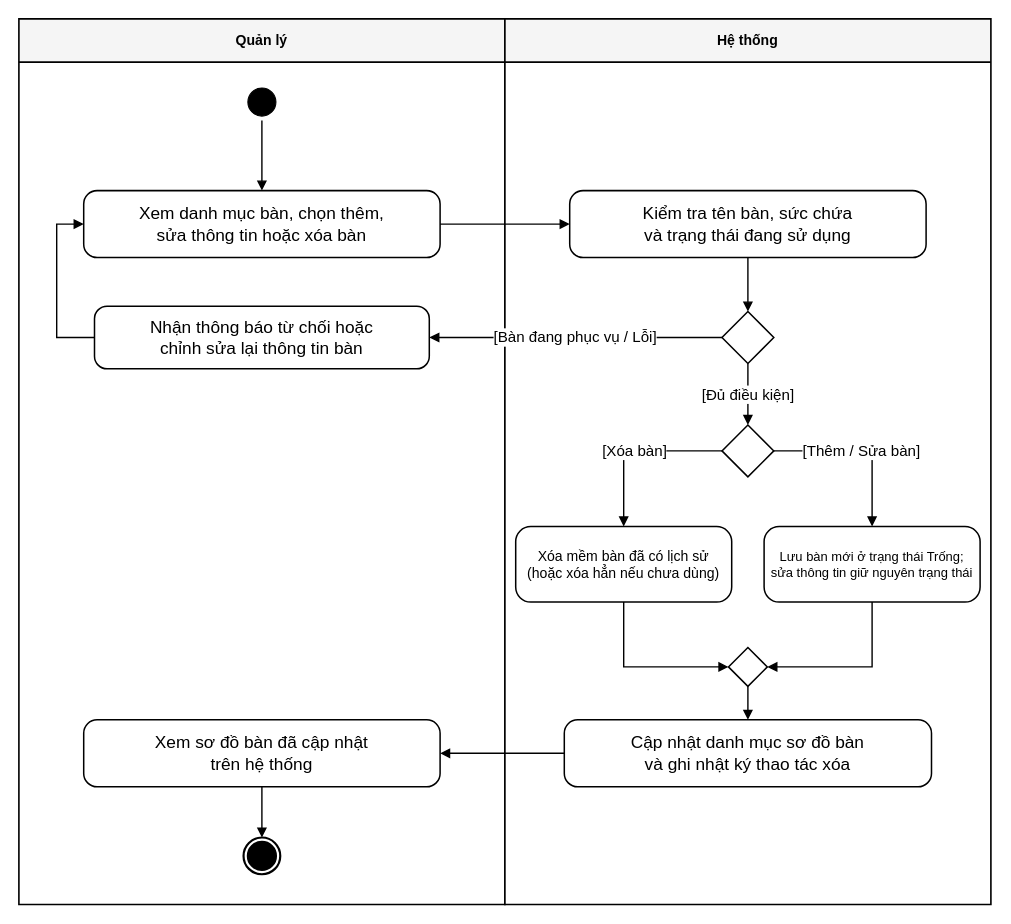
Earlier version of the draw.io diagram page "QT-04 — Quản lý danh mục bàn" (4 of 21) of docs/So_do/Quy_trinh_nghiep_vu_HeThongQuanLyNhaHang.drawio (nminhzzz/restaurant-management-ai). Source tidied: cells renumbered, new cells numbered last; positions are measured from the earlier drawing's top-left corner, leaving out a move shared by most shapes. Both pictures are drawn from the tidied source at 108%, with x=0, y=0 at pixel (18, 18).
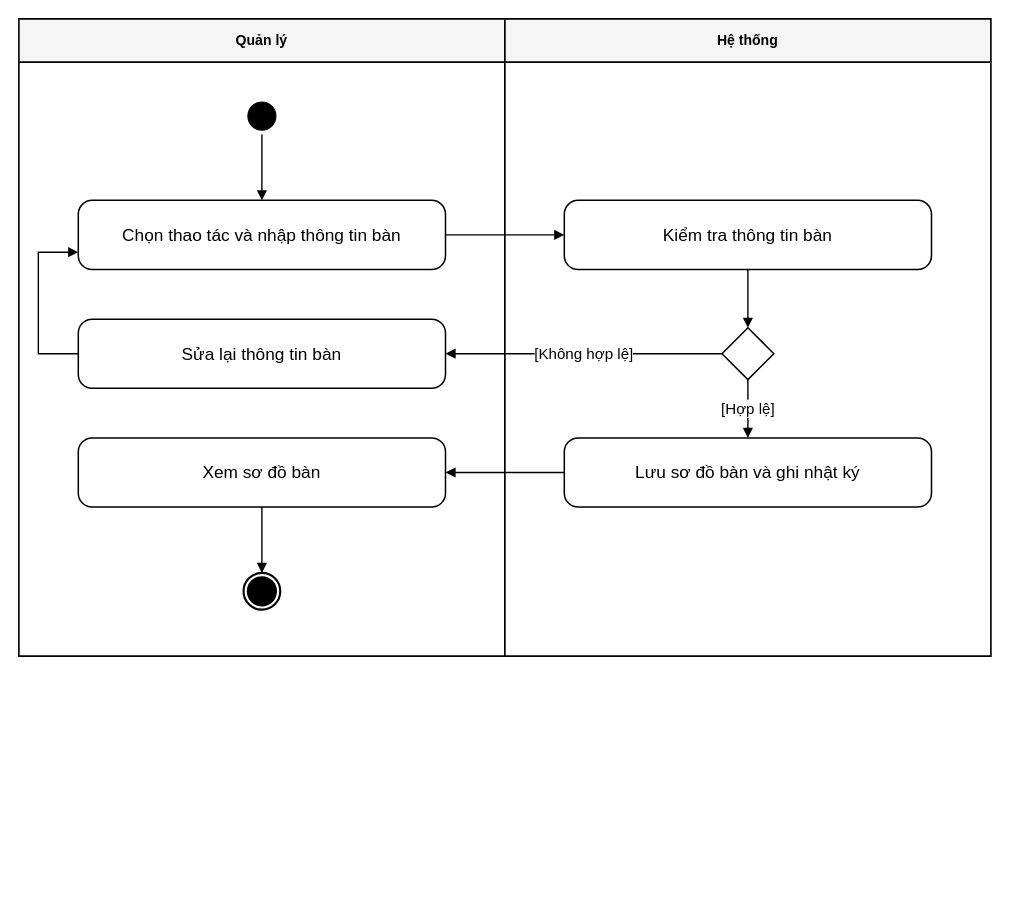
The same diagram, later.

The edit, as a diff of the source:
```diff
@@
     <mxCell id="2" value="Quản lý" style="swimlane;whiteSpace=wrap;html=1;startSize=40;fillColor=#f5f5f5;strokeColor=#000000;fontColor=#000000;fontStyle=1;fontSize=13;swimlaneFillColor=#ffffff;strokeWidth=1.5;rounded=0;arcSize=0;" parent="1" vertex="1">
-      <mxGeometry width="450" height="820" as="geometry" />
+      <mxGeometry width="450" height="590" as="geometry" />
     </mxCell>
     <mxCell id="3" value="Hệ thống" style="swimlane;whiteSpace=wrap;html=1;startSize=40;fillColor=#f5f5f5;strokeColor=#000000;fontColor=#000000;fontStyle=1;fontSize=13;swimlaneFillColor=#ffffff;strokeWidth=1.5;rounded=0;arcSize=0;" parent="1" vertex="1">
-      <mxGeometry x="450" width="450" height="820" as="geometry" />
+      <mxGeometry x="450" width="450" height="590" as="geometry" />
     </mxCell>
-    <mxCell id="4" style="ellipse;html=1;shape=startState;fillColor=#000000;strokeColor=#000000;" parent="1" vertex="1">
-      <mxGeometry x="208" y="60" width="34" height="34" as="geometry" />
-    </mxCell>
-    <mxCell id="5" value="Xem danh mục bàn, chọn thêm,&#10;sửa thông tin hoặc xóa bàn" style="rounded=1;whiteSpace=wrap;html=1;arcSize=20;fillColor=#ffffff;strokeColor=#000000;strokeWidth=1.4;fontSize=16;fontColor=#000000;spacing=6;" parent="1" vertex="1">
-      <mxGeometry x="60" y="159" width="330" height="62" as="geometry" />
-    </mxCell>
-    <mxCell id="6" value="Kiểm tra tên bàn, sức chứa&#10;và trạng thái đang sử dụng" style="rounded=1;whiteSpace=wrap;html=1;arcSize=20;fillColor=#ffffff;strokeColor=#000000;strokeWidth=1.4;fontSize=16;fontColor=#000000;spacing=6;" parent="1" vertex="1">
-      <mxGeometry x="510" y="159" width="330" height="62" as="geometry" />
-    </mxCell>
+    <mxCell id="29" style="ellipse;html=1;shape=startState;fillColor=#000000;strokeColor=#000000;" parent="1" vertex="1">
+      <mxGeometry x="208" y="73" width="34" height="34" as="geometry" />
+    </mxCell>
+    <mxCell id="30" value="Chọn thao tác và nhập thông tin bàn" style="rounded=1;whiteSpace=wrap;html=1;arcSize=20;fillColor=#ffffff;strokeColor=#000000;strokeWidth=1.4;fontSize=16;fontColor=#000000;spacing=6;" parent="1" vertex="1">
+      <mxGeometry x="55" y="168" width="340" height="64" as="geometry" />
+    </mxCell>
+    <mxCell id="31" value="Kiểm tra thông tin bàn" style="rounded=1;whiteSpace=wrap;html=1;arcSize=20;fillColor=#ffffff;strokeColor=#000000;strokeWidth=1.4;fontSize=16;fontColor=#000000;spacing=6;" parent="1" vertex="1">
+      <mxGeometry x="505" y="168" width="340" height="64" as="geometry" />
+    </mxCell>
     <mxCell id="7" style="rhombus;whiteSpace=wrap;html=1;fillColor=#ffffff;strokeColor=#000000;strokeWidth=1.4;" parent="1" vertex="1">
-      <mxGeometry x="651" y="271" width="48" height="48" as="geometry" />
+      <mxGeometry x="651" y="286" width="48" height="48" as="geometry" />
     </mxCell>
-    <mxCell id="8" value="Nhận thông báo từ chối hoặc&#10;chỉnh sửa lại thông tin bàn" style="rounded=1;whiteSpace=wrap;html=1;arcSize=20;fillColor=#ffffff;strokeColor=#000000;strokeWidth=1.4;fontSize=16;fontColor=#000000;spacing=6;" parent="1" vertex="1">
-      <mxGeometry x="70" y="266" width="310" height="58" as="geometry" />
-    </mxCell>
-    <mxCell id="9" style="rhombus;whiteSpace=wrap;html=1;fillColor=#ffffff;strokeColor=#000000;strokeWidth=1.4;" parent="1" vertex="1">
-      <mxGeometry x="651" y="376" width="48" height="48" as="geometry" />
-    </mxCell>
-    <mxCell id="10" value="Xóa mềm bàn đã có lịch sử&#10;(hoặc xóa hẳn nếu chưa dùng)" style="rounded=1;whiteSpace=wrap;html=1;arcSize=20;fillColor=#ffffff;strokeColor=#000000;strokeWidth=1.4;fontSize=13.0;fontColor=#000000;spacing=6;" parent="1" vertex="1">
-      <mxGeometry x="460" y="470" width="200" height="70" as="geometry" />
-    </mxCell>
-    <mxCell id="11" value="Lưu bàn mới ở trạng thái Trống;&#10;sửa thông tin giữ nguyên trạng thái" style="rounded=1;whiteSpace=wrap;html=1;arcSize=20;fillColor=#ffffff;strokeColor=#000000;strokeWidth=1.4;fontSize=12.0;fontColor=#000000;spacing=6;" parent="1" vertex="1">
-      <mxGeometry x="690" y="470" width="200" height="70" as="geometry" />
-    </mxCell>
-    <mxCell id="12" style="rhombus;whiteSpace=wrap;html=1;fillColor=#ffffff;strokeColor=#000000;strokeWidth=1.4;" parent="1" vertex="1">
-      <mxGeometry x="657" y="582" width="36" height="36" as="geometry" />
-    </mxCell>
-    <mxCell id="13" value="Cập nhật danh mục sơ đồ bàn&#10;và ghi nhật ký thao tác xóa" style="rounded=1;whiteSpace=wrap;html=1;arcSize=20;fillColor=#ffffff;strokeColor=#000000;strokeWidth=1.4;fontSize=16;fontColor=#000000;spacing=6;" parent="1" vertex="1">
-      <mxGeometry x="505" y="649" width="340" height="62" as="geometry" />
-    </mxCell>
-    <mxCell id="14" value="Xem sơ đồ bàn đã cập nhật&#10;trên hệ thống" style="rounded=1;whiteSpace=wrap;html=1;arcSize=20;fillColor=#ffffff;strokeColor=#000000;strokeWidth=1.4;fontSize=16;fontColor=#000000;spacing=6;" parent="1" vertex="1">
-      <mxGeometry x="60" y="649" width="330" height="62" as="geometry" />
-    </mxCell>
-    <mxCell id="15" style="ellipse;html=1;shape=endState;fillColor=#000000;strokeColor=#000000;strokeWidth=2;" parent="1" vertex="1">
-      <mxGeometry x="208" y="758" width="34" height="34" as="geometry" />
-    </mxCell>
-    <mxCell id="16" style="edgeStyle=orthogonalEdgeStyle;rounded=0;jettySize=auto;html=1;exitX=.5;exitY=1;exitDx=0;exitDy=0;entryX=.5;entryY=0;entryDx=0;entryDy=0;strokeColor=#000000;strokeWidth=1.3;endArrow=block;endFill=1;fontSize=14;fontStyle=0;fontColor=#000000;labelBackgroundColor=#ffffff;" parent="1" edge="1" source="4" target="5">
-      <mxGeometry relative="1" as="geometry" />
-    </mxCell>
-    <mxCell id="17" style="edgeStyle=orthogonalEdgeStyle;rounded=0;jettySize=auto;html=1;exitX=1.0;exitY=0.5;exitDx=0;exitDy=0;entryX=0.0;entryY=0.5;entryDx=0;entryDy=0;strokeColor=#000000;strokeWidth=1.3;endArrow=block;endFill=1;fontSize=14;fontStyle=0;fontColor=#000000;labelBackgroundColor=#ffffff;" parent="1" edge="1" source="5" target="6">
-      <mxGeometry relative="1" as="geometry" />
-    </mxCell>
-    <mxCell id="18" style="edgeStyle=orthogonalEdgeStyle;rounded=0;jettySize=auto;html=1;exitX=0.5;exitY=1.0;exitDx=0;exitDy=0;entryX=0.5;entryY=0.0;entryDx=0;entryDy=0;strokeColor=#000000;strokeWidth=1.3;endArrow=block;endFill=1;fontSize=14;fontStyle=0;fontColor=#000000;labelBackgroundColor=#ffffff;" parent="1" edge="1" source="6" target="7">
-      <mxGeometry relative="1" as="geometry" />
-    </mxCell>
-    <mxCell id="19" value="[Bàn đang phục vụ / Lỗi]" style="edgeStyle=orthogonalEdgeStyle;rounded=0;jettySize=auto;html=1;exitX=0.0;exitY=0.5;exitDx=0;exitDy=0;entryX=1.0;entryY=0.5;entryDx=0;entryDy=0;strokeColor=#000000;strokeWidth=1.3;endArrow=block;endFill=1;fontSize=14;fontStyle=0;fontColor=#000000;labelBackgroundColor=#ffffff;" parent="1" edge="1" source="7" target="8">
-      <mxGeometry relative="1" as="geometry" />
-    </mxCell>
-    <mxCell id="20" style="edgeStyle=orthogonalEdgeStyle;rounded=0;jettySize=auto;html=1;exitX=0.0;exitY=0.5;exitDx=0;exitDy=0;entryX=0;entryY=.5;entryDx=0;entryDy=0;strokeColor=#000000;strokeWidth=1.3;endArrow=block;endFill=1;fontSize=14;fontStyle=0;fontColor=#000000;labelBackgroundColor=#ffffff;" parent="1" edge="1" source="8" target="5">
-      <mxGeometry relative="1" as="geometry">
-        <Array as="points">
-          <mxPoint x="35" y="295" />
-          <mxPoint x="35" y="190" />
-        </Array>
-      </mxGeometry>
-    </mxCell>
-    <mxCell id="21" value="[Đủ điều kiện]" style="edgeStyle=orthogonalEdgeStyle;rounded=0;jettySize=auto;html=1;exitX=0.5;exitY=1.0;exitDx=0;exitDy=0;entryX=0.5;entryY=0.0;entryDx=0;entryDy=0;strokeColor=#000000;strokeWidth=1.3;endArrow=block;endFill=1;fontSize=14;fontStyle=0;fontColor=#000000;labelBackgroundColor=#ffffff;" parent="1" edge="1" source="7" target="9">
-      <mxGeometry relative="1" as="geometry" />
-    </mxCell>
-    <mxCell id="22" value="[Xóa bàn]" style="edgeStyle=orthogonalEdgeStyle;rounded=0;jettySize=auto;html=1;exitX=0.0;exitY=0.5;exitDx=0;exitDy=0;entryX=0.5;entryY=0.0;entryDx=0;entryDy=0;strokeColor=#000000;strokeWidth=1.3;endArrow=block;endFill=1;fontSize=14;fontStyle=0;fontColor=#000000;labelBackgroundColor=#ffffff;" parent="1" edge="1" source="9" target="10">
-      <mxGeometry relative="1" as="geometry">
-        <Array as="points">
-          <mxPoint x="560" y="400" />
-        </Array>
-      </mxGeometry>
-    </mxCell>
-    <mxCell id="23" value="[Thêm / Sửa bàn]" style="edgeStyle=orthogonalEdgeStyle;rounded=0;jettySize=auto;html=1;exitX=1.0;exitY=0.5;exitDx=0;exitDy=0;entryX=0.5;entryY=0.0;entryDx=0;entryDy=0;strokeColor=#000000;strokeWidth=1.3;endArrow=block;endFill=1;fontSize=14;fontStyle=0;fontColor=#000000;labelBackgroundColor=#ffffff;" parent="1" edge="1" source="9" target="11">
-      <mxGeometry relative="1" as="geometry">
-        <Array as="points">
-          <mxPoint x="790" y="400" />
-        </Array>
-      </mxGeometry>
-    </mxCell>
-    <mxCell id="24" style="edgeStyle=orthogonalEdgeStyle;rounded=0;jettySize=auto;html=1;exitX=0.5;exitY=1.0;exitDx=0;exitDy=0;entryX=0.0;entryY=0.5;entryDx=0;entryDy=0;strokeColor=#000000;strokeWidth=1.3;endArrow=block;endFill=1;fontSize=14;fontStyle=0;fontColor=#000000;labelBackgroundColor=#ffffff;" parent="1" edge="1" source="10" target="12">
-      <mxGeometry relative="1" as="geometry">
-        <Array as="points">
-          <mxPoint x="560" y="600" />
-        </Array>
-      </mxGeometry>
-    </mxCell>
-    <mxCell id="25" style="edgeStyle=orthogonalEdgeStyle;rounded=0;jettySize=auto;html=1;exitX=0.5;exitY=1.0;exitDx=0;exitDy=0;entryX=1.0;entryY=0.5;entryDx=0;entryDy=0;strokeColor=#000000;strokeWidth=1.3;endArrow=block;endFill=1;fontSize=14;fontStyle=0;fontColor=#000000;labelBackgroundColor=#ffffff;" parent="1" edge="1" source="11" target="12">
-      <mxGeometry relative="1" as="geometry">
-        <Array as="points">
-          <mxPoint x="790" y="600" />
-        </Array>
-      </mxGeometry>
-    </mxCell>
-    <mxCell id="26" style="edgeStyle=orthogonalEdgeStyle;rounded=0;jettySize=auto;html=1;exitX=0.5;exitY=1.0;exitDx=0;exitDy=0;entryX=0.5;entryY=0.0;entryDx=0;entryDy=0;strokeColor=#000000;strokeWidth=1.3;endArrow=block;endFill=1;fontSize=14;fontStyle=0;fontColor=#000000;labelBackgroundColor=#ffffff;" parent="1" edge="1" source="12" target="13">
-      <mxGeometry relative="1" as="geometry" />
-    </mxCell>
-    <mxCell id="27" style="edgeStyle=orthogonalEdgeStyle;rounded=0;jettySize=auto;html=1;exitX=0.0;exitY=0.5;exitDx=0;exitDy=0;entryX=1.0;entryY=0.5;entryDx=0;entryDy=0;strokeColor=#000000;strokeWidth=1.3;endArrow=block;endFill=1;fontSize=14;fontStyle=0;fontColor=#000000;labelBackgroundColor=#ffffff;" parent="1" edge="1" source="13" target="14">
-      <mxGeometry relative="1" as="geometry" />
-    </mxCell>
-    <mxCell id="28" style="edgeStyle=orthogonalEdgeStyle;rounded=0;jettySize=auto;html=1;exitX=0.5;exitY=1.0;exitDx=0;exitDy=0;entryX=0.5;entryY=0.0;entryDx=0;entryDy=0;strokeColor=#000000;strokeWidth=1.3;endArrow=block;endFill=1;fontSize=14;fontStyle=0;fontColor=#000000;labelBackgroundColor=#ffffff;" parent="1" edge="1" source="14" target="15">
-      <mxGeometry relative="1" as="geometry" />
-    </mxCell>
+    <mxCell id="32" value="Sửa lại thông tin bàn" style="rounded=1;whiteSpace=wrap;html=1;arcSize=20;fillColor=#ffffff;strokeColor=#000000;strokeWidth=1.4;fontSize=16;fontColor=#000000;spacing=6;" parent="1" vertex="1">
+      <mxGeometry x="55" y="278" width="340" height="64" as="geometry" />
+    </mxCell>
+    <mxCell id="33" value="Lưu sơ đồ bàn và ghi nhật ký" style="rounded=1;whiteSpace=wrap;html=1;arcSize=20;fillColor=#ffffff;strokeColor=#000000;strokeWidth=1.4;fontSize=16;fontColor=#000000;spacing=6;" parent="1" vertex="1">
+      <mxGeometry x="505" y="388" width="340" height="64" as="geometry" />
+    </mxCell>
+    <mxCell id="34" value="Xem sơ đồ bàn" style="rounded=1;whiteSpace=wrap;html=1;arcSize=20;fillColor=#ffffff;strokeColor=#000000;strokeWidth=1.4;fontSize=16;fontColor=#000000;spacing=6;" parent="1" vertex="1">
+      <mxGeometry x="55" y="388" width="340" height="64" as="geometry" />
+    </mxCell>
+    <mxCell id="35" style="ellipse;html=1;shape=endState;fillColor=#000000;strokeColor=#000000;strokeWidth=2;" parent="1" vertex="1">
+      <mxGeometry x="208" y="513" width="34" height="34" as="geometry" />
+    </mxCell>
+    <mxCell id="36" style="edgeStyle=orthogonalEdgeStyle;rounded=0;jettySize=auto;html=1;strokeColor=#000000;strokeWidth=1.3;endArrow=block;endFill=1;fontSize=14;fontStyle=0;fontColor=#000000;labelBackgroundColor=#ffffff;exitX=0.5;exitY=1;exitDx=0;exitDy=0;entryX=0.5;entryY=0;entryDx=0;entryDy=0;" parent="1" edge="1" source="29" target="30">
+      <mxGeometry relative="1" as="geometry" />
+    </mxCell>
+    <mxCell id="37" style="edgeStyle=orthogonalEdgeStyle;rounded=0;jettySize=auto;html=1;strokeColor=#000000;strokeWidth=1.3;endArrow=block;endFill=1;fontSize=14;fontStyle=0;fontColor=#000000;labelBackgroundColor=#ffffff;exitX=1;exitY=0.5;exitDx=0;exitDy=0;entryX=0;entryY=0.5;entryDx=0;entryDy=0;" parent="1" edge="1" source="30" target="31">
+      <mxGeometry relative="1" as="geometry" />
+    </mxCell>
+    <mxCell id="38" style="edgeStyle=orthogonalEdgeStyle;rounded=0;jettySize=auto;html=1;strokeColor=#000000;strokeWidth=1.3;endArrow=block;endFill=1;fontSize=14;fontStyle=0;fontColor=#000000;labelBackgroundColor=#ffffff;exitX=0.5;exitY=1;exitDx=0;exitDy=0;entryX=0.5;entryY=0;entryDx=0;entryDy=0;" parent="1" edge="1" source="31" target="7">
+      <mxGeometry relative="1" as="geometry" />
+    </mxCell>
+    <mxCell id="39" value="[Không hợp lệ]" style="edgeStyle=orthogonalEdgeStyle;rounded=0;jettySize=auto;html=1;strokeColor=#000000;strokeWidth=1.3;endArrow=block;endFill=1;fontSize=14;fontStyle=0;fontColor=#000000;labelBackgroundColor=#ffffff;exitX=0;exitY=0.5;exitDx=0;exitDy=0;entryX=1;entryY=0.5;entryDx=0;entryDy=0;" parent="1" edge="1" source="7" target="32">
+      <mxGeometry relative="1" as="geometry" />
+    </mxCell>
+    <mxCell id="40" style="edgeStyle=orthogonalEdgeStyle;rounded=0;jettySize=auto;html=1;strokeColor=#000000;strokeWidth=1.3;endArrow=block;endFill=1;fontSize=14;fontStyle=0;fontColor=#000000;labelBackgroundColor=#ffffff;exitX=0;exitY=0.5;exitDx=0;exitDy=0;entryX=0;entryY=0.75;entryDx=0;entryDy=0;" parent="1" edge="1" source="32" target="30">
+      <mxGeometry relative="1" as="geometry">
+        <Array as="points">
+          <mxPoint x="18" y="310" />
+          <mxPoint x="18" y="216" />
+        </Array>
+      </mxGeometry>
+    </mxCell>
+    <mxCell id="41" value="[Hợp lệ]" style="edgeStyle=orthogonalEdgeStyle;rounded=0;jettySize=auto;html=1;strokeColor=#000000;strokeWidth=1.3;endArrow=block;endFill=1;fontSize=14;fontStyle=0;fontColor=#000000;labelBackgroundColor=#ffffff;exitX=0.5;exitY=1;exitDx=0;exitDy=0;entryX=0.5;entryY=0;entryDx=0;entryDy=0;" parent="1" edge="1" source="7" target="33">
+      <mxGeometry relative="1" as="geometry" />
+    </mxCell>
+    <mxCell id="42" style="edgeStyle=orthogonalEdgeStyle;rounded=0;jettySize=auto;html=1;strokeColor=#000000;strokeWidth=1.3;endArrow=block;endFill=1;fontSize=14;fontStyle=0;fontColor=#000000;labelBackgroundColor=#ffffff;exitX=0;exitY=0.5;exitDx=0;exitDy=0;entryX=1;entryY=0.5;entryDx=0;entryDy=0;" parent="1" edge="1" source="33" target="34">
+      <mxGeometry relative="1" as="geometry" />
+    </mxCell>
+    <mxCell id="43" style="edgeStyle=orthogonalEdgeStyle;rounded=0;jettySize=auto;html=1;strokeColor=#000000;strokeWidth=1.3;endArrow=block;endFill=1;fontSize=14;fontStyle=0;fontColor=#000000;labelBackgroundColor=#ffffff;exitX=0.5;exitY=1;exitDx=0;exitDy=0;entryX=0.5;entryY=0;entryDx=0;entryDy=0;" parent="1" edge="1" source="34" target="35">
+      <mxGeometry relative="1" as="geometry" />
+    </mxCell>
```
